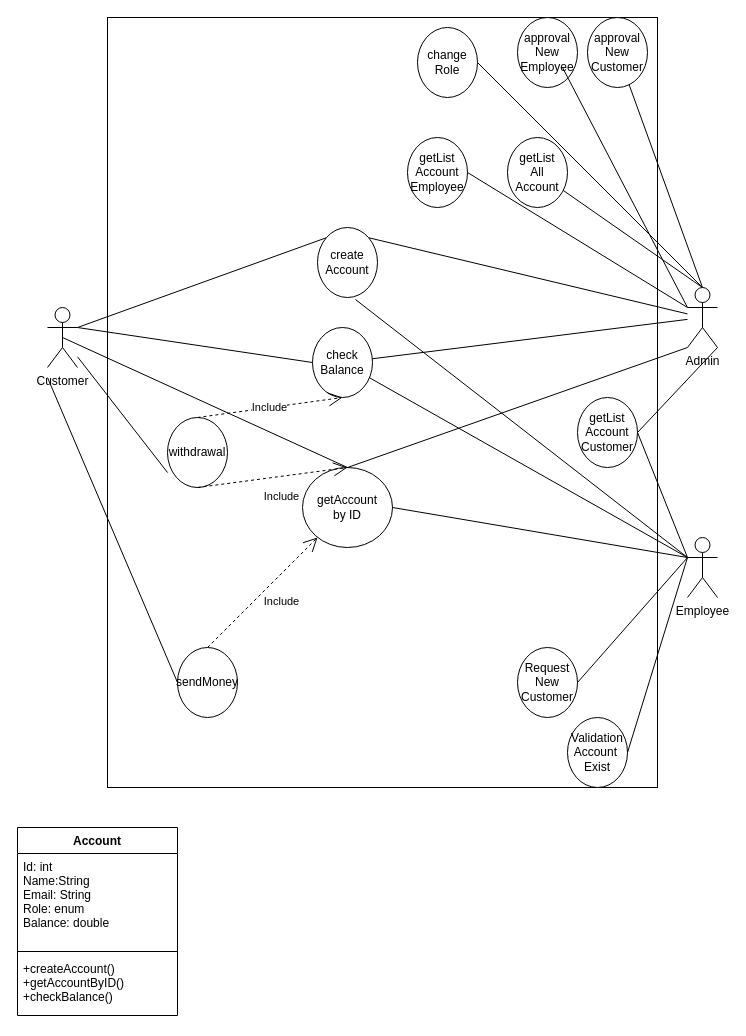
Before: Bank_Use_Case.drawio in QuyetVV1995/Bank, a draw.io diagram. Source tidied: cells renumbered, new cells numbered last; positions are measured from the earlier drawing's top-left corner, leaving out a move shared by most shapes. Both pictures are drawn from the tidied source at 100%, with x=0, y=0 at pixel (17, 17).
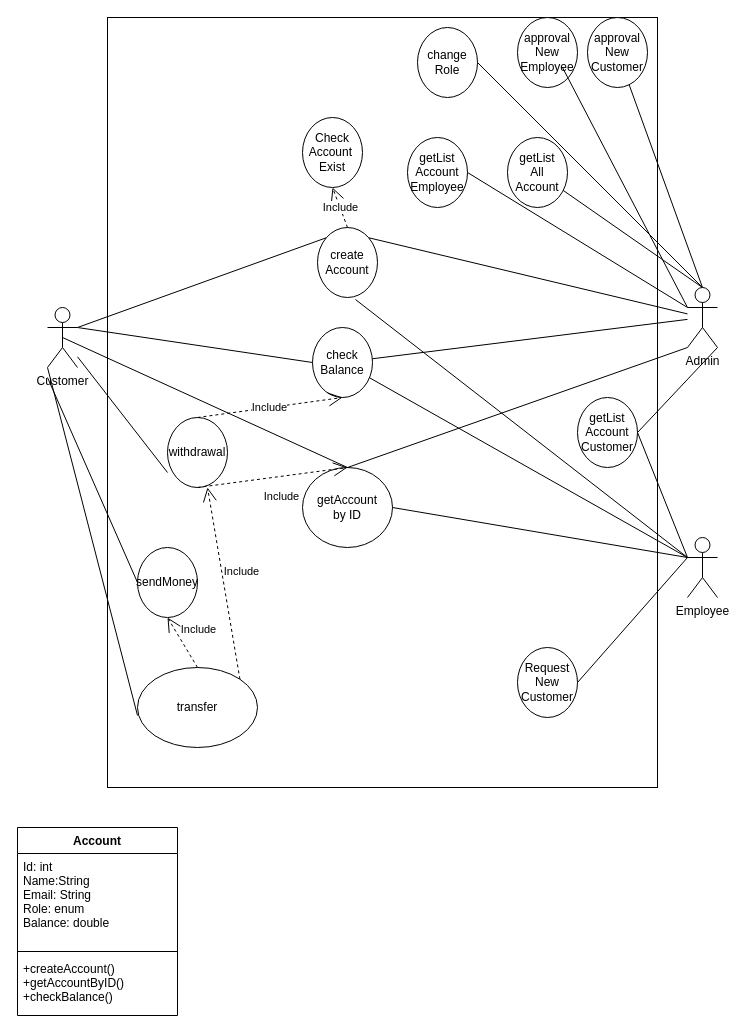
Above is the later version.

The change refers to these unchanged cells:
```xml
<mxCell id="2" value="Customer&lt;br&gt;" style="shape=umlActor;verticalLabelPosition=bottom;verticalAlign=top;html=1;outlineConnect=0;" parent="1" vertex="1">
  <mxGeometry x="30" y="290" width="30" height="60" as="geometry" />
</mxCell>
<mxCell id="6" value="create&lt;br&gt;Account" style="ellipse;whiteSpace=wrap;html=1;" parent="1" vertex="1">
  <mxGeometry x="300" y="210" width="60" height="70" as="geometry" />
</mxCell>
<mxCell id="23" value="getAccount&lt;br&gt;by ID" style="ellipse;whiteSpace=wrap;html=1;" parent="1" vertex="1">
  <mxGeometry x="285" y="450" width="90" height="80" as="geometry" />
</mxCell>
```

Change to the diagram source:
```diff
@@
     <mxCell id="9" value="sendMoney" style="ellipse;whiteSpace=wrap;html=1;direction=west;" parent="1" vertex="1">
-      <mxGeometry x="160" y="630" width="60" height="70" as="geometry" />
+      <mxGeometry x="120" y="530" width="60" height="70" as="geometry" />
     </mxCell>
-    <mxCell id="10" value="Validation&lt;br&gt;Account&amp;nbsp;&lt;br&gt;Exist" style="ellipse;whiteSpace=wrap;html=1;" parent="1" vertex="1">
-      <mxGeometry x="550" y="700" width="60" height="70" as="geometry" />
+    <mxCell id="10" value="Check Account&amp;nbsp;&lt;br&gt;Exist" style="ellipse;whiteSpace=wrap;html=1;" parent="1" vertex="1">
+      <mxGeometry x="285" y="100" width="60" height="70" as="geometry" />
     </mxCell>
@@
-    <mxCell id="21" style="endArrow=none;html=1;exitX=1;exitY=0.5;exitDx=0;exitDy=0;" parent="1" edge="1" source="10">
-      <mxGeometry relative="1" as="geometry">
-        <mxPoint x="670" y="540" as="targetPoint" />
-      </mxGeometry>
-    </mxCell>
@@
-    <mxCell id="24" value="Include" style="endArrow=open;endSize=12;dashed=1;html=1;exitX=0.5;exitY=1;exitDx=0;exitDy=0;" parent="1" edge="1" source="9" target="23">
-      <mxGeometry x="0.09" y="-20" relative="1" as="geometry" />
+    <mxCell id="24" value="Include" style="endArrow=open;endSize=12;dashed=1;html=1;exitX=1;exitY=0;exitDx=0;exitDy=0;" parent="1" edge="1" source="47">
+      <mxGeometry x="0.09" y="-20" relative="1" as="geometry">
+        <mxPoint x="190" y="470" as="targetPoint" />
+      </mxGeometry>
     </mxCell>
@@
+    <mxCell id="46" value="Include" style="endArrow=open;endSize=12;dashed=1;html=1;exitX=0.5;exitY=0;exitDx=0;exitDy=0;entryX=0.5;entryY=1;entryDx=0;entryDy=0;" parent="1" edge="1" source="6" target="10">
+      <mxGeometry relative="1" as="geometry" />
+    </mxCell>
+    <mxCell id="47" value="transfer" style="ellipse;whiteSpace=wrap;html=1;" parent="1" vertex="1">
+      <mxGeometry x="120" y="650" width="120" height="80" as="geometry" />
+    </mxCell>
+    <mxCell id="48" style="endArrow=none;html=1;exitX=0;exitY=1;exitDx=0;exitDy=0;exitPerimeter=0;entryX=0;entryY=0.6;entryDx=0;entryDy=0;entryPerimeter=0;" parent="1" edge="1" source="2" target="47">
+      <mxGeometry relative="1" as="geometry" />
+    </mxCell>
+    <mxCell id="49" value="Include" style="endArrow=open;endSize=12;dashed=1;html=1;exitX=0.5;exitY=0;exitDx=0;exitDy=0;entryX=0.5;entryY=0;entryDx=0;entryDy=0;" parent="1" edge="1" source="47" target="9">
+      <mxGeometry x="0.09" y="-20" relative="1" as="geometry" />
+    </mxCell>
```
